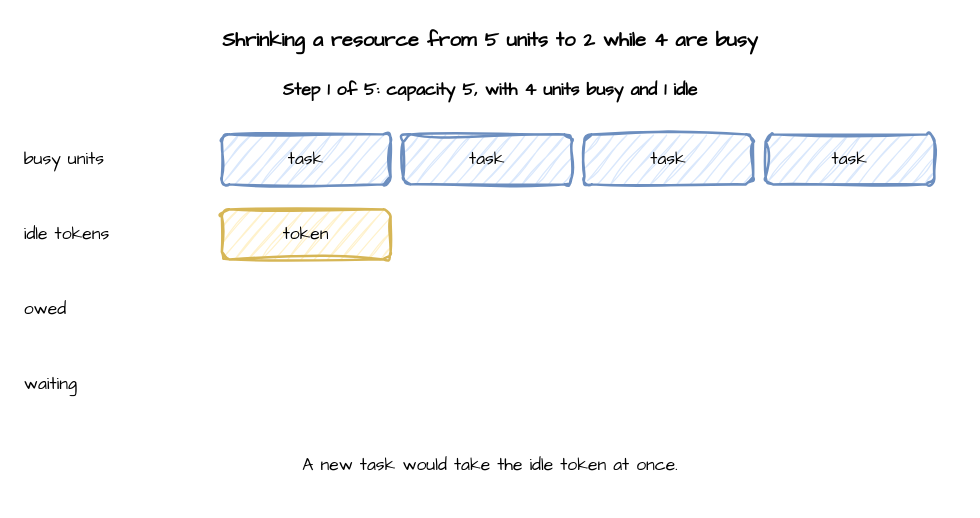
Earlier version of the draw.io diagram page "step 1" (1 of 5) of docs/assets/diagrams/resource-shrink.drawio (jaehyeon-kim/desflow). Source tidied: cells renumbered, new cells numbered last; positions are measured from the earlier drawing's top-left corner, leaving out a move shared by most shapes. Both pictures are drawn from the tidied source at 125%, with x=0, y=0 at pixel (21, 21).
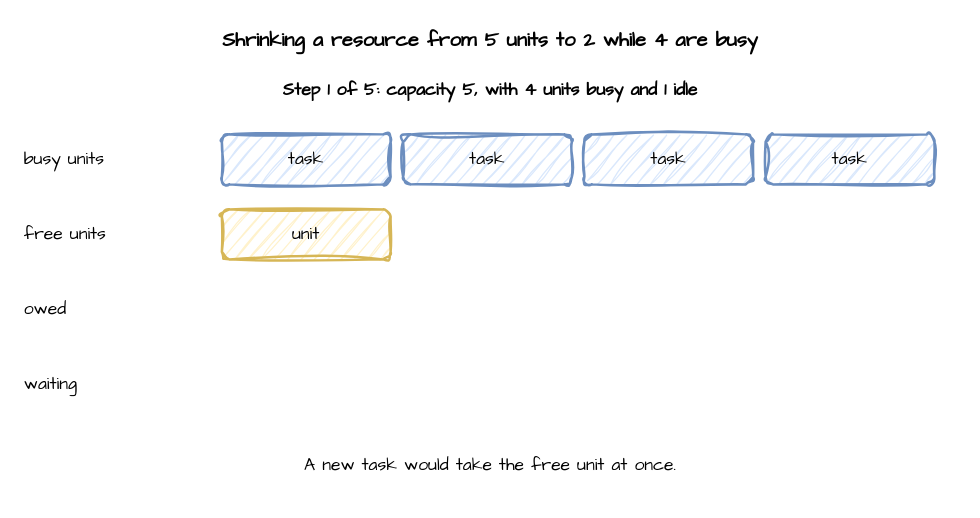
The same diagram, later.

What changed in the source:
```diff
@@
 <mxGraphModel>
   <root>
     <mxCell id="0" />
     <mxCell id="1" parent="0" />
     <mxCell id="2" value="Shrinking a resource from 5 units to 2 while 4 are busy" style="text;html=1;align=center;verticalAlign=middle;whiteSpace=wrap;fontFamily=Comic Sans MS;fontSize=16;fontStyle=1;" parent="1" vertex="1">
       <mxGeometry width="750" height="30" as="geometry" />
     </mxCell>
     <mxCell id="3" value="Step 1 of 5: capacity 5, with 4 units busy and 1 idle" style="text;html=1;align=center;verticalAlign=middle;whiteSpace=wrap;html=1;sketch=1;curveFitting=1;jiggle=2;fontFamily=Comic Sans MS;fontSize=14;fontStyle=1;" parent="1" vertex="1">
       <mxGeometry y="40" width="750" height="30" as="geometry" />
     </mxCell>
     <mxCell id="4" value="busy units" style="text;html=1;align=center;verticalAlign=middle;whiteSpace=wrap;html=1;sketch=1;curveFitting=1;jiggle=2;fontFamily=Comic Sans MS;fontSize=14;align=left;" parent="1" vertex="1">
       <mxGeometry y="90" width="120" height="40" as="geometry" />
     </mxCell>
     <mxCell id="5" value="task" style="rounded=1;whiteSpace=wrap;html=1;sketch=1;curveFitting=1;jiggle=2;fontFamily=Comic Sans MS;fontSize=14;fillColor=#dae8fc;strokeColor=#6c8ebf;strokeWidth=2;" parent="1" vertex="1">
       <mxGeometry x="160" y="90" width="135" height="40" as="geometry" />
     </mxCell>
     <mxCell id="6" value="task" style="rounded=1;whiteSpace=wrap;html=1;sketch=1;curveFitting=1;jiggle=2;fontFamily=Comic Sans MS;fontSize=14;fillColor=#dae8fc;strokeColor=#6c8ebf;strokeWidth=2;" parent="1" vertex="1">
       <mxGeometry x="305" y="90" width="135" height="40" as="geometry" />
     </mxCell>
     <mxCell id="7" value="task" style="rounded=1;whiteSpace=wrap;html=1;sketch=1;curveFitting=1;jiggle=2;fontFamily=Comic Sans MS;fontSize=14;fillColor=#dae8fc;strokeColor=#6c8ebf;strokeWidth=2;" parent="1" vertex="1">
       <mxGeometry x="450" y="90" width="135" height="40" as="geometry" />
     </mxCell>
     <mxCell id="8" value="task" style="rounded=1;whiteSpace=wrap;html=1;sketch=1;curveFitting=1;jiggle=2;fontFamily=Comic Sans MS;fontSize=14;fillColor=#dae8fc;strokeColor=#6c8ebf;strokeWidth=2;" parent="1" vertex="1">
       <mxGeometry x="595" y="90" width="135" height="40" as="geometry" />
     </mxCell>
-    <mxCell id="9" value="idle tokens" style="text;html=1;align=center;verticalAlign=middle;whiteSpace=wrap;html=1;sketch=1;curveFitting=1;jiggle=2;fontFamily=Comic Sans MS;fontSize=14;align=left;" parent="1" vertex="1">
+    <mxCell id="9" value="free units" style="text;html=1;align=center;verticalAlign=middle;whiteSpace=wrap;html=1;sketch=1;curveFitting=1;jiggle=2;fontFamily=Comic Sans MS;fontSize=14;align=left;" parent="1" vertex="1">
       <mxGeometry y="150" width="120" height="40" as="geometry" />
     </mxCell>
-    <mxCell id="10" value="token" style="rounded=1;whiteSpace=wrap;html=1;sketch=1;curveFitting=1;jiggle=2;fontFamily=Comic Sans MS;fontSize=14;fillColor=#fff2cc;strokeColor=#d6b656;strokeWidth=2;" parent="1" vertex="1">
+    <mxCell id="10" value="unit" style="rounded=1;whiteSpace=wrap;html=1;sketch=1;curveFitting=1;jiggle=2;fontFamily=Comic Sans MS;fontSize=14;fillColor=#fff2cc;strokeColor=#d6b656;strokeWidth=2;" parent="1" vertex="1">
       <mxGeometry x="160" y="150" width="135" height="40" as="geometry" />
     </mxCell>
     <mxCell id="11" value="owed" style="text;html=1;align=center;verticalAlign=middle;whiteSpace=wrap;html=1;sketch=1;curveFitting=1;jiggle=2;fontFamily=Comic Sans MS;fontSize=14;align=left;" parent="1" vertex="1">
       <mxGeometry y="210" width="120" height="40" as="geometry" />
     </mxCell>
     <mxCell id="12" value="waiting" style="text;html=1;align=center;verticalAlign=middle;whiteSpace=wrap;html=1;sketch=1;curveFitting=1;jiggle=2;fontFamily=Comic Sans MS;fontSize=14;align=left;" parent="1" vertex="1">
       <mxGeometry y="270" width="120" height="40" as="geometry" />
     </mxCell>
-    <mxCell id="13" value="A new task would take the idle token at once." style="text;html=1;align=center;verticalAlign=middle;whiteSpace=wrap;html=1;sketch=1;curveFitting=1;jiggle=2;fontFamily=Comic Sans MS;fontSize=14;" parent="1" vertex="1">
+    <mxCell id="13" value="A new task would take the free unit at once." style="text;html=1;align=center;verticalAlign=middle;whiteSpace=wrap;html=1;sketch=1;curveFitting=1;jiggle=2;fontFamily=Comic Sans MS;fontSize=14;" parent="1" vertex="1">
       <mxGeometry y="330" width="750" height="50" as="geometry" />
     </mxCell>
   </root>
 </mxGraphModel>
```
